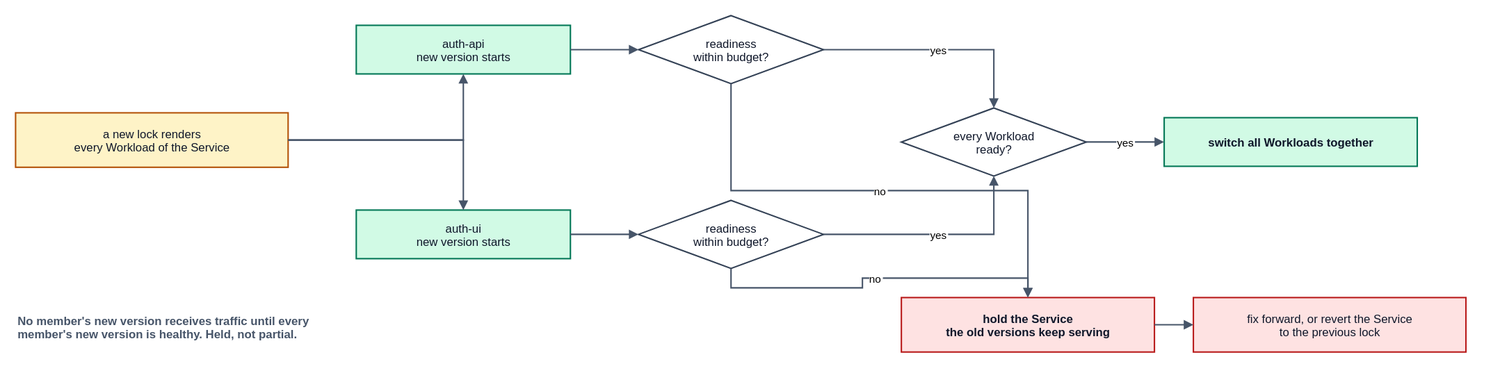
This is spec/v1/diagrams/50-release-unit-switchover.drawio.svg from JorisJonkers-dev/deploy-kit, a draw.io export, as it was before one commit. Source tidied: cells renumbered, new cells last; positions are measured from the earlier drawing's top-left corner, leaving out a move shared by most shapes.
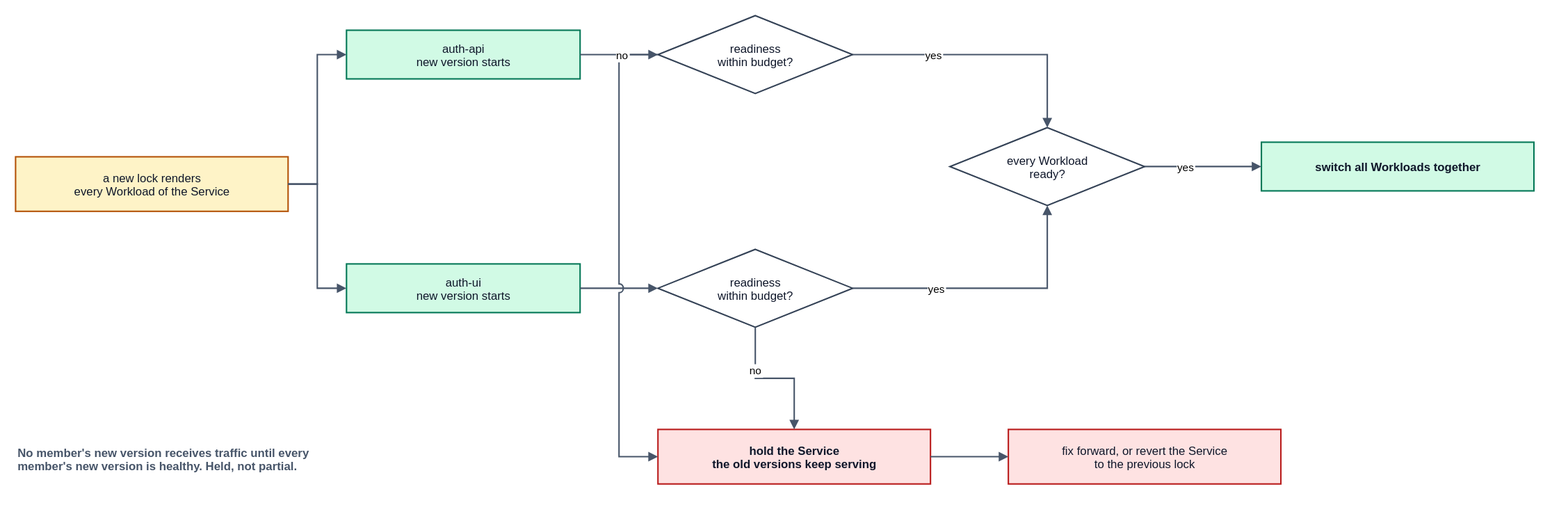
The same diagram one commit later.

Diff of the diagram source:
```diff
@@ -6,61 +6,84 @@
       <mxGeometry y="100" width="280" height="56" as="geometry" />
     </mxCell>
     <mxCell id="3" value="auth-api&#10;new version starts" style="rounded=0;whiteSpace=nowrap;html=0;align=center;verticalAlign=middle;fillColor=#d1fae5;strokeColor=#047857;strokeWidth=1.5;fontFamily=Helvetica;fontSize=12;fontColor=#0f172a;" parent="1" vertex="1">
-      <mxGeometry x="350" y="10" width="220" height="50" as="geometry" />
+      <mxGeometry x="340" y="-30" width="240" height="50" as="geometry" />
     </mxCell>
     <mxCell id="4" value="auth-ui&#10;new version starts" style="rounded=0;whiteSpace=nowrap;html=0;align=center;verticalAlign=middle;fillColor=#d1fae5;strokeColor=#047857;strokeWidth=1.5;fontFamily=Helvetica;fontSize=12;fontColor=#0f172a;" parent="1" vertex="1">
-      <mxGeometry x="350" y="200" width="220" height="50" as="geometry" />
+      <mxGeometry x="340" y="210" width="240" height="50" as="geometry" />
     </mxCell>
     <mxCell id="5" value="readiness&#10;within budget?" style="rhombus;rounded=0;whiteSpace=nowrap;html=0;align=center;verticalAlign=middle;fillColor=#ffffff;strokeColor=#334155;strokeWidth=1.5;fontFamily=Helvetica;fontSize=12;fontColor=#0f172a;" parent="1" vertex="1">
-      <mxGeometry x="640" width="190" height="70" as="geometry" />
+      <mxGeometry x="660" y="-45" width="200" height="80" as="geometry" />
     </mxCell>
     <mxCell id="6" value="readiness&#10;within budget?" style="rhombus;rounded=0;whiteSpace=nowrap;html=0;align=center;verticalAlign=middle;fillColor=#ffffff;strokeColor=#334155;strokeWidth=1.5;fontFamily=Helvetica;fontSize=12;fontColor=#0f172a;" parent="1" vertex="1">
-      <mxGeometry x="640" y="190" width="190" height="70" as="geometry" />
+      <mxGeometry x="660" y="195" width="200" height="80" as="geometry" />
     </mxCell>
     <mxCell id="7" value="every Workload&#10;ready?" style="rhombus;rounded=0;whiteSpace=nowrap;html=0;align=center;verticalAlign=middle;fillColor=#ffffff;strokeColor=#334155;strokeWidth=1.5;fontFamily=Helvetica;fontSize=12;fontColor=#0f172a;" parent="1" vertex="1">
-      <mxGeometry x="910" y="95" width="190" height="70" as="geometry" />
+      <mxGeometry x="960" y="70" width="200" height="80" as="geometry" />
     </mxCell>
     <mxCell id="8" value="switch all Workloads together" style="rounded=0;whiteSpace=nowrap;html=0;align=center;verticalAlign=middle;fillColor=#d1fae5;strokeColor=#047857;strokeWidth=1.5;fontFamily=Helvetica;fontSize=12;fontColor=#0f172a;fontStyle=1;" parent="1" vertex="1">
-      <mxGeometry x="1180" y="105" width="260" height="50" as="geometry" />
+      <mxGeometry x="1280" y="85" width="280" height="50" as="geometry" />
     </mxCell>
     <mxCell id="9" value="hold the Service&#10;the old versions keep serving" style="rounded=0;whiteSpace=nowrap;html=0;align=center;verticalAlign=middle;fillColor=#fee2e2;strokeColor=#b91c1c;strokeWidth=1.5;fontFamily=Helvetica;fontSize=12;fontColor=#0f172a;fontStyle=1;" parent="1" vertex="1">
-      <mxGeometry x="910" y="290" width="260" height="56" as="geometry" />
+      <mxGeometry x="660" y="380" width="280" height="56" as="geometry" />
     </mxCell>
     <mxCell id="10" value="fix forward, or revert the Service&#10;to the previous lock" style="rounded=0;whiteSpace=nowrap;html=0;align=center;verticalAlign=middle;fillColor=#fee2e2;strokeColor=#b91c1c;strokeWidth=1.5;fontFamily=Helvetica;fontSize=12;fontColor=#0f172a;" parent="1" vertex="1">
-      <mxGeometry x="1210" y="290" width="280" height="56" as="geometry" />
+      <mxGeometry x="1020" y="380" width="280" height="56" as="geometry" />
     </mxCell>
-    <mxCell id="11" style="edgeStyle=orthogonalEdgeStyle;rounded=0;html=0;jettySize=auto;endArrow=block;endFill=1;strokeColor=#475569;strokeWidth=1.5;fontSize=11;fontFamily=Helvetica;labelBackgroundColor=#ffffff;" parent="1" edge="1" source="2" target="3">
-      <mxGeometry relative="1" as="geometry" />
+    <mxCell id="11" style="edgeStyle=orthogonalEdgeStyle;rounded=0;html=0;jettySize=auto;jumpStyle=arc;jumpSize=8;endArrow=block;endFill=1;strokeColor=#475569;strokeWidth=1.5;fontSize=11;fontFamily=Helvetica;labelBackgroundColor=#ffffff;exitX=1;exitY=0.5;exitDx=0;exitDy=0;entryX=0;entryY=0.5;entryDx=0;entryDy=0;" parent="1" edge="1" source="2" target="3">
+      <mxGeometry relative="1" as="geometry">
+        <Array as="points">
+          <mxPoint x="310" y="128" />
+          <mxPoint x="310" y="-5" />
+        </Array>
+      </mxGeometry>
     </mxCell>
-    <mxCell id="12" style="edgeStyle=orthogonalEdgeStyle;rounded=0;html=0;jettySize=auto;endArrow=block;endFill=1;strokeColor=#475569;strokeWidth=1.5;fontSize=11;fontFamily=Helvetica;labelBackgroundColor=#ffffff;" parent="1" edge="1" source="2" target="4">
-      <mxGeometry relative="1" as="geometry" />
+    <mxCell id="12" style="edgeStyle=orthogonalEdgeStyle;rounded=0;html=0;jettySize=auto;jumpStyle=arc;jumpSize=8;endArrow=block;endFill=1;strokeColor=#475569;strokeWidth=1.5;fontSize=11;fontFamily=Helvetica;labelBackgroundColor=#ffffff;exitX=1;exitY=0.5;exitDx=0;exitDy=0;entryX=0;entryY=0.5;entryDx=0;entryDy=0;" parent="1" edge="1" source="2" target="4">
+      <mxGeometry relative="1" as="geometry">
+        <Array as="points">
+          <mxPoint x="310" y="128" />
+          <mxPoint x="310" y="235" />
+        </Array>
+      </mxGeometry>
     </mxCell>
-    <mxCell id="13" style="edgeStyle=orthogonalEdgeStyle;rounded=0;html=0;jettySize=auto;endArrow=block;endFill=1;strokeColor=#475569;strokeWidth=1.5;fontSize=11;fontFamily=Helvetica;labelBackgroundColor=#ffffff;" parent="1" edge="1" source="3" target="5">
+    <mxCell id="13" style="edgeStyle=orthogonalEdgeStyle;rounded=0;html=0;jettySize=auto;jumpStyle=arc;jumpSize=8;endArrow=block;endFill=1;strokeColor=#475569;strokeWidth=1.5;fontSize=11;fontFamily=Helvetica;labelBackgroundColor=#ffffff;exitX=1;exitY=0.5;exitDx=0;exitDy=0;entryX=0;entryY=0.5;entryDx=0;entryDy=0;" parent="1" edge="1" source="3" target="5">
       <mxGeometry relative="1" as="geometry" />
     </mxCell>
-    <mxCell id="14" style="edgeStyle=orthogonalEdgeStyle;rounded=0;html=0;jettySize=auto;endArrow=block;endFill=1;strokeColor=#475569;strokeWidth=1.5;fontSize=11;fontFamily=Helvetica;labelBackgroundColor=#ffffff;" parent="1" edge="1" source="4" target="6">
+    <mxCell id="14" style="edgeStyle=orthogonalEdgeStyle;rounded=0;html=0;jettySize=auto;jumpStyle=arc;jumpSize=8;endArrow=block;endFill=1;strokeColor=#475569;strokeWidth=1.5;fontSize=11;fontFamily=Helvetica;labelBackgroundColor=#ffffff;exitX=1;exitY=0.5;exitDx=0;exitDy=0;entryX=0;entryY=0.5;entryDx=0;entryDy=0;" parent="1" edge="1" source="4" target="6">
       <mxGeometry relative="1" as="geometry" />
     </mxCell>
-    <mxCell id="15" value="yes" style="edgeStyle=orthogonalEdgeStyle;rounded=0;html=0;jettySize=auto;endArrow=block;endFill=1;strokeColor=#475569;strokeWidth=1.5;fontSize=11;fontFamily=Helvetica;labelBackgroundColor=#ffffff;" parent="1" edge="1" source="5" target="7">
-      <mxGeometry relative="1" as="geometry" />
+    <mxCell id="15" value="yes" style="edgeStyle=orthogonalEdgeStyle;rounded=0;html=0;jettySize=auto;jumpStyle=arc;jumpSize=8;endArrow=block;endFill=1;strokeColor=#475569;strokeWidth=1.5;fontSize=11;fontFamily=Helvetica;labelBackgroundColor=#ffffff;exitX=1;exitY=0.5;exitDx=0;exitDy=0;entryX=0.5;entryY=0;entryDx=0;entryDy=0;" parent="1" edge="1" source="5" target="7">
+      <mxGeometry x="-0.4" relative="1" as="geometry">
+        <Array as="points">
+          <mxPoint x="1060" y="-5" />
+        </Array>
+      </mxGeometry>
     </mxCell>
-    <mxCell id="16" value="yes" style="edgeStyle=orthogonalEdgeStyle;rounded=0;html=0;jettySize=auto;endArrow=block;endFill=1;strokeColor=#475569;strokeWidth=1.5;fontSize=11;fontFamily=Helvetica;labelBackgroundColor=#ffffff;" parent="1" edge="1" source="6" target="7">
-      <mxGeometry relative="1" as="geometry" />
+    <mxCell id="16" value="yes" style="edgeStyle=orthogonalEdgeStyle;rounded=0;html=0;jettySize=auto;jumpStyle=arc;jumpSize=8;endArrow=block;endFill=1;strokeColor=#475569;strokeWidth=1.5;fontSize=11;fontFamily=Helvetica;labelBackgroundColor=#ffffff;exitX=1;exitY=0.5;exitDx=0;exitDy=0;entryX=0.5;entryY=1;entryDx=0;entryDy=0;" parent="1" edge="1" source="6" target="7">
+      <mxGeometry x="-0.4" relative="1" as="geometry">
+        <Array as="points">
+          <mxPoint x="1060" y="235" />
+        </Array>
+      </mxGeometry>
     </mxCell>
-    <mxCell id="17" value="no" style="edgeStyle=orthogonalEdgeStyle;rounded=0;html=0;jettySize=auto;endArrow=block;endFill=1;strokeColor=#475569;strokeWidth=1.5;fontSize=11;fontFamily=Helvetica;labelBackgroundColor=#ffffff;exitX=0.5;exitY=1;exitDx=0;exitDy=0;" parent="1" edge="1" source="5" target="9">
-      <mxGeometry relative="1" as="geometry" />
+    <mxCell id="17" value="yes" style="edgeStyle=orthogonalEdgeStyle;rounded=0;html=0;jettySize=auto;jumpStyle=arc;jumpSize=8;endArrow=block;endFill=1;strokeColor=#475569;strokeWidth=1.5;fontSize=11;fontFamily=Helvetica;labelBackgroundColor=#ffffff;exitX=1;exitY=0.5;exitDx=0;exitDy=0;entryX=0;entryY=0.5;entryDx=0;entryDy=0;" parent="1" edge="1" source="7" target="8">
+      <mxGeometry x="-0.3" relative="1" as="geometry" />
     </mxCell>
-    <mxCell id="18" value="no" style="edgeStyle=orthogonalEdgeStyle;rounded=0;html=0;jettySize=auto;endArrow=block;endFill=1;strokeColor=#475569;strokeWidth=1.5;fontSize=11;fontFamily=Helvetica;labelBackgroundColor=#ffffff;exitX=0.5;exitY=1;exitDx=0;exitDy=0;" parent="1" edge="1" source="6" target="9">
-      <mxGeometry relative="1" as="geometry" />
+    <mxCell id="18" value="no" style="edgeStyle=orthogonalEdgeStyle;rounded=0;html=0;jettySize=auto;jumpStyle=arc;jumpSize=8;endArrow=block;endFill=1;strokeColor=#475569;strokeWidth=1.5;fontSize=11;fontFamily=Helvetica;labelBackgroundColor=#ffffff;exitX=0;exitY=0.5;exitDx=0;exitDy=0;entryX=0;entryY=0.5;entryDx=0;entryDy=0;" parent="1" edge="1" source="5" target="9">
+      <mxGeometry x="-0.85" relative="1" as="geometry">
+        <Array as="points">
+          <mxPoint x="620" y="-5" />
+          <mxPoint x="620" y="408" />
+        </Array>
+      </mxGeometry>
     </mxCell>
-    <mxCell id="19" value="yes" style="edgeStyle=orthogonalEdgeStyle;rounded=0;html=0;jettySize=auto;endArrow=block;endFill=1;strokeColor=#475569;strokeWidth=1.5;fontSize=11;fontFamily=Helvetica;labelBackgroundColor=#ffffff;" parent="1" edge="1" source="7" target="8">
-      <mxGeometry relative="1" as="geometry" />
+    <mxCell id="19" value="no" style="edgeStyle=orthogonalEdgeStyle;rounded=0;html=0;jettySize=auto;jumpStyle=arc;jumpSize=8;endArrow=block;endFill=1;strokeColor=#475569;strokeWidth=1.5;fontSize=11;fontFamily=Helvetica;labelBackgroundColor=#ffffff;exitX=0.5;exitY=1;exitDx=0;exitDy=0;entryX=0.5;entryY=0;entryDx=0;entryDy=0;" parent="1" edge="1" source="6" target="9">
+      <mxGeometry x="-0.4" relative="1" as="geometry" />
     </mxCell>
-    <mxCell id="20" style="edgeStyle=orthogonalEdgeStyle;rounded=0;html=0;jettySize=auto;endArrow=block;endFill=1;strokeColor=#475569;strokeWidth=1.5;fontSize=11;fontFamily=Helvetica;labelBackgroundColor=#ffffff;" parent="1" edge="1" source="9" target="10">
+    <mxCell id="20" style="edgeStyle=orthogonalEdgeStyle;rounded=0;html=0;jettySize=auto;jumpStyle=arc;jumpSize=8;endArrow=block;endFill=1;strokeColor=#475569;strokeWidth=1.5;fontSize=11;fontFamily=Helvetica;labelBackgroundColor=#ffffff;exitX=1;exitY=0.5;exitDx=0;exitDy=0;entryX=0;entryY=0.5;entryDx=0;entryDy=0;" parent="1" edge="1" source="9" target="10">
       <mxGeometry relative="1" as="geometry" />
     </mxCell>
     <mxCell id="21" value="No member's new version receives traffic until every&#10;member's new version is healthy. Held, not partial." style="text;html=0;strokeColor=none;fillColor=none;align=left;verticalAlign=middle;fontFamily=Helvetica;fontSize=12;fontColor=#475569;fontStyle=1;" parent="1" vertex="1">
-      <mxGeometry y="290" width="400" height="60" as="geometry" />
+      <mxGeometry y="380" width="420" height="60" as="geometry" />
     </mxCell>
   </root>
 </mxGraphModel>
```
